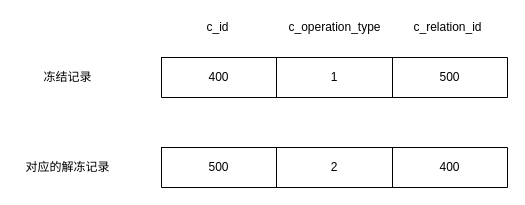
Earlier version of the draw.io diagram trade-deposit/过户保证金.drawio (erlieStar/diagrams). Source tidied: cells renumbered, new cells numbered last; positions are measured from the earlier drawing's top-left corner, leaving out a move shared by most shapes. Both pictures are drawn from the tidied source at 100%, with x=0, y=0 at pixel (17, 17).
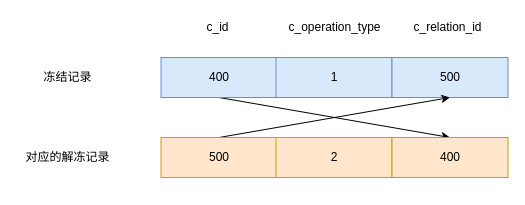
The same page after the edit.

Commit message (it also covers changes not shown here):
Update 过户保证金.drawio

What changed in the source:
```diff
@@
 <mxGraphModel>
   <root>
     <mxCell id="0" />
     <mxCell id="1" parent="0" />
-    <mxCell id="2" style="shape=table;html=1;whiteSpace=wrap;startSize=0;childLayout=tableLayout;" parent="1" vertex="1">
-      <mxGeometry x="144" y="40" width="346" height="40" as="geometry" />
-    </mxCell>
-    <mxCell id="3" style="shape=partialRectangle;html=1;whiteSpace=wrap;fillColor=none;top=0;left=0;bottom=0;right=0;" parent="2" vertex="1">
-      <mxGeometry width="346" height="40" as="geometry" />
-    </mxCell>
-    <mxCell id="4" value="400" style="shape=partialRectangle;html=1;whiteSpace=wrap;fillColor=none;top=0;left=0;bottom=0;right=0;overflow=hidden;" parent="3" vertex="1">
-      <mxGeometry width="115" height="40" as="geometry" />
-    </mxCell>
-    <mxCell id="5" value="1" style="shape=partialRectangle;html=1;whiteSpace=wrap;fillColor=none;top=0;left=0;bottom=0;right=0;overflow=hidden;" parent="3" vertex="1">
-      <mxGeometry x="115" width="116" height="40" as="geometry" />
-    </mxCell>
-    <mxCell id="6" value="500" style="shape=partialRectangle;html=1;whiteSpace=wrap;fillColor=none;top=0;left=0;bottom=0;right=0;overflow=hidden;" parent="3" vertex="1">
-      <mxGeometry x="231" width="115" height="40" as="geometry" />
-    </mxCell>
-    <mxCell id="7" style="shape=table;html=1;whiteSpace=wrap;startSize=0;childLayout=tableLayout;" parent="1" vertex="1">
-      <mxGeometry x="144" y="130" width="346" height="40" as="geometry" />
-    </mxCell>
-    <mxCell id="8" style="shape=partialRectangle;html=1;whiteSpace=wrap;fillColor=none;top=0;left=0;bottom=0;right=0;" parent="7" vertex="1">
-      <mxGeometry width="346" height="40" as="geometry" />
-    </mxCell>
-    <mxCell id="9" value="500" style="shape=partialRectangle;html=1;whiteSpace=wrap;fillColor=none;top=0;left=0;bottom=0;right=0;overflow=hidden;" parent="8" vertex="1">
-      <mxGeometry width="115" height="40" as="geometry" />
-    </mxCell>
-    <mxCell id="10" value="2" style="shape=partialRectangle;html=1;whiteSpace=wrap;fillColor=none;top=0;left=0;bottom=0;right=0;overflow=hidden;" parent="8" vertex="1">
-      <mxGeometry x="115" width="116" height="40" as="geometry" />
-    </mxCell>
-    <mxCell id="11" value="400" style="shape=partialRectangle;html=1;whiteSpace=wrap;fillColor=none;top=0;left=0;bottom=0;right=0;overflow=hidden;" parent="8" vertex="1">
-      <mxGeometry x="231" width="115" height="40" as="geometry" />
-    </mxCell>
     <mxCell id="12" value="c_id" style="text;html=1;align=center;verticalAlign=middle;strokeColor=none;fillColor=none;" parent="1" vertex="1">
       <mxGeometry x="180" width="40" height="20" as="geometry" />
     </mxCell>
     <mxCell id="13" value="c_relation_id" style="text;html=1;align=center;verticalAlign=middle;strokeColor=none;fillColor=none;" parent="1" vertex="1">
       <mxGeometry x="390" width="80" height="20" as="geometry" />
     </mxCell>
     <mxCell id="14" value="&lt;span style=&quot;text-align: left&quot;&gt;c_operation_type&lt;/span&gt;" style="text;html=1;align=center;verticalAlign=middle;strokeColor=none;fillColor=none;" parent="1" vertex="1">
       <mxGeometry x="262" width="110" height="20" as="geometry" />
     </mxCell>
     <mxCell id="15" value="冻结记录" style="text;html=1;align=center;verticalAlign=middle;strokeColor=none;fillColor=none;" parent="1" vertex="1">
       <mxGeometry x="20" y="50" width="60" height="20" as="geometry" />
     </mxCell>
     <mxCell id="16" value="对应的解冻记录" style="text;html=1;align=center;verticalAlign=middle;strokeColor=none;fillColor=none;" parent="1" vertex="1">
-      <mxGeometry y="140" width="100" height="20" as="geometry" />
+      <mxGeometry y="130" width="100" height="20" as="geometry" />
     </mxCell>
+    <mxCell id="17" style="edgeStyle=none;rounded=0;jettySize=auto;html=1;exitX=0.5;exitY=1;exitDx=0;exitDy=0;entryX=0.5;entryY=0;entryDx=0;entryDy=0;" parent="1" edge="1" source="18" target="22">
+      <mxGeometry relative="1" as="geometry" />
+    </mxCell>
+    <mxCell id="18" value="400" style="rounded=0;whiteSpace=wrap;html=1;fillColor=#dae8fc;strokeColor=#6c8ebf;" parent="1" vertex="1">
+      <mxGeometry x="143.5" y="40" width="116" height="40" as="geometry" />
+    </mxCell>
+    <mxCell id="5" value="1" style="rounded=0;whiteSpace=wrap;html=1;fillColor=#dae8fc;strokeColor=#6c8ebf;" parent="1" vertex="1">
+      <mxGeometry x="258.5" y="40" width="116" height="40" as="geometry" />
+    </mxCell>
+    <mxCell id="19" value="500" style="rounded=0;whiteSpace=wrap;html=1;fillColor=#dae8fc;strokeColor=#6c8ebf;" parent="1" vertex="1">
+      <mxGeometry x="374.5" y="40" width="116" height="40" as="geometry" />
+    </mxCell>
+    <mxCell id="20" style="rounded=0;jettySize=auto;html=1;exitX=0.5;exitY=0;exitDx=0;exitDy=0;entryX=0.5;entryY=1;entryDx=0;entryDy=0;" parent="1" edge="1" source="21" target="19">
+      <mxGeometry relative="1" as="geometry" />
+    </mxCell>
+    <mxCell id="21" value="500" style="rounded=0;whiteSpace=wrap;html=1;fillColor=#ffe6cc;strokeColor=#d79b00;" parent="1" vertex="1">
+      <mxGeometry x="143.5" y="120" width="116" height="40" as="geometry" />
+    </mxCell>
+    <mxCell id="10" value="2" style="rounded=0;whiteSpace=wrap;html=1;fillColor=#ffe6cc;strokeColor=#d79b00;" parent="1" vertex="1">
+      <mxGeometry x="258.5" y="120" width="116" height="40" as="geometry" />
+    </mxCell>
+    <mxCell id="22" value="400" style="rounded=0;whiteSpace=wrap;html=1;fillColor=#ffe6cc;strokeColor=#d79b00;" parent="1" vertex="1">
+      <mxGeometry x="374.5" y="120" width="116" height="40" as="geometry" />
+    </mxCell>
   </root>
 </mxGraphModel>
```
